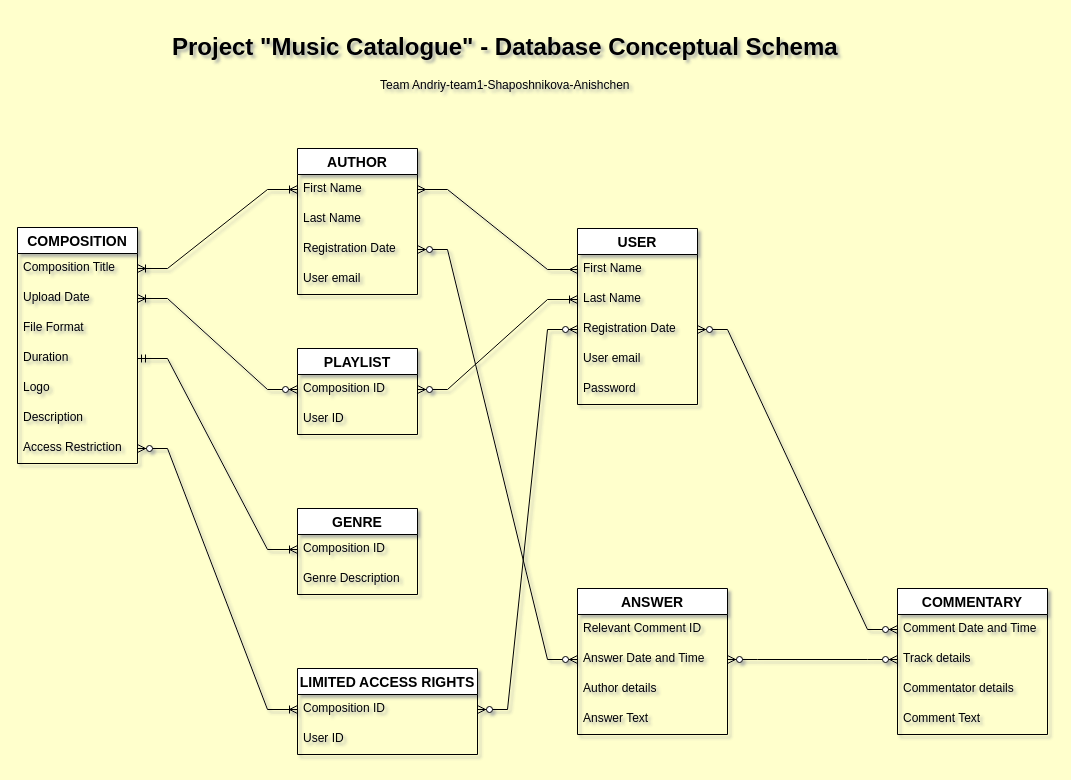
Above: page "Draft v2 (final)" (2 of 3) of 02 Conceptual Design.drawio in avu-ua/DBFund-Team1-Yulia-Slava (draw.io), before the change. Source tidied: cells renumbered, new cells numbered last; positions are measured from the earlier drawing's top-left corner, leaving out a move shared by most shapes. Both pictures are drawn from the tidied source at 100%, with x=0, y=0 at pixel (17, 27).
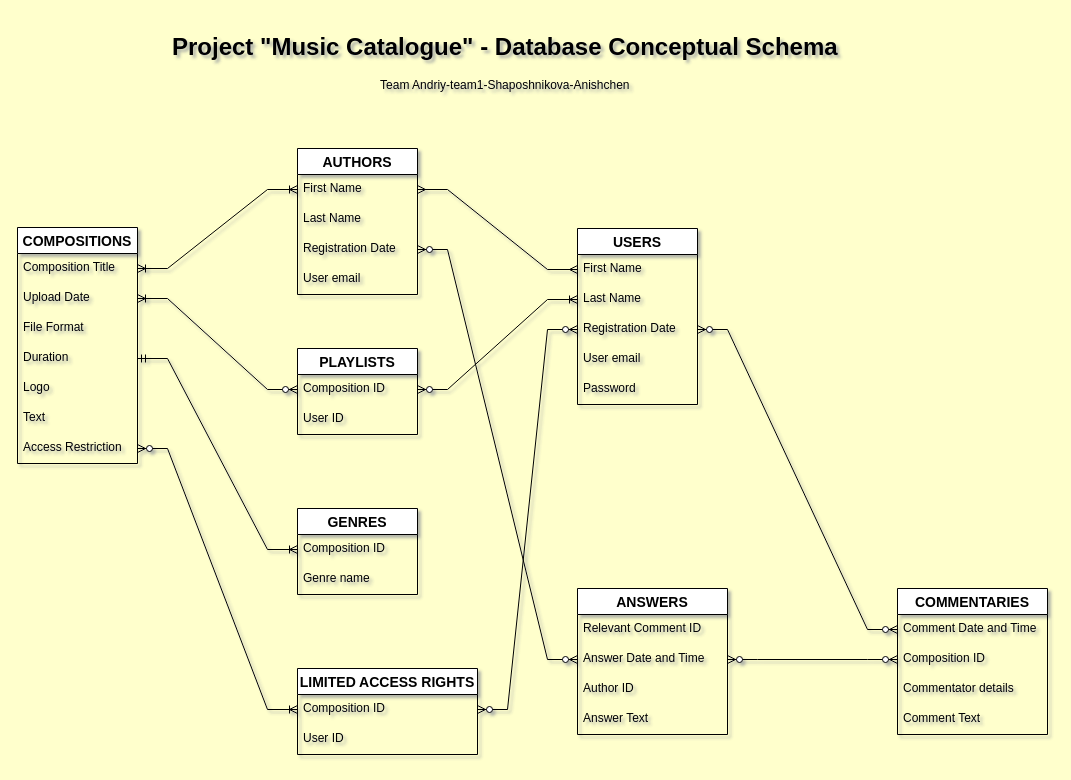
The same diagram, later.

The edit, as a diff of the source:
```diff
@@
-    <mxCell id="2" value="COMPOSITION" style="swimlane;fontStyle=1;horizontal=1;startSize=26;align=center;fontSize=14;" parent="1" vertex="1">
+    <mxCell id="2" value="COMPOSITIONS" style="swimlane;fontStyle=1;horizontal=1;startSize=26;align=center;fontSize=14;" parent="1" vertex="1">
       <mxGeometry y="200" width="120" height="236" as="geometry" />
     </mxCell>
@@
-    <mxCell id="8" value="Description" style="text;strokeColor=none;fillColor=none;spacingLeft=4;spacingRight=4;overflow=hidden;fontSize=12;whiteSpace=wrap;html=1;" parent="2" vertex="1">
+    <mxCell id="8" value="Text" style="text;strokeColor=none;fillColor=none;spacingLeft=4;spacingRight=4;overflow=hidden;fontSize=12;whiteSpace=wrap;html=1;" parent="2" vertex="1">
       <mxGeometry y="176" width="120" height="30" as="geometry" />
     </mxCell>
@@
-    <mxCell id="10" value="AUTHOR" style="swimlane;fontStyle=1;horizontal=1;startSize=26;align=center;fontSize=14;" parent="1" vertex="1">
+    <mxCell id="10" value="AUTHORS" style="swimlane;fontStyle=1;horizontal=1;startSize=26;align=center;fontSize=14;" parent="1" vertex="1">
       <mxGeometry x="280" y="121" width="120" height="146" as="geometry" />
     </mxCell>
@@
-    <mxCell id="15" value="USER" style="swimlane;fontStyle=1;horizontal=1;startSize=26;align=center;fontSize=14;" parent="1" vertex="1">
+    <mxCell id="15" value="USERS" style="swimlane;fontStyle=1;horizontal=1;startSize=26;align=center;fontSize=14;" parent="1" vertex="1">
       <mxGeometry x="560" y="201" width="120" height="176" as="geometry" />
     </mxCell>
@@
-    <mxCell id="24" value="GENRE" style="swimlane;fontStyle=1;horizontal=1;startSize=26;align=center;fontSize=14;" parent="1" vertex="1">
+    <mxCell id="24" value="GENRES" style="swimlane;fontStyle=1;horizontal=1;startSize=26;align=center;fontSize=14;" parent="1" vertex="1">
       <mxGeometry x="280" y="481" width="120" height="86" as="geometry" />
     </mxCell>
@@
-    <mxCell id="26" value="Genre Description" style="text;strokeColor=none;fillColor=none;spacingLeft=4;spacingRight=4;overflow=hidden;fontSize=12;whiteSpace=wrap;html=1;" parent="24" vertex="1">
+    <mxCell id="26" value="Genre name" style="text;strokeColor=none;fillColor=none;spacingLeft=4;spacingRight=4;overflow=hidden;fontSize=12;whiteSpace=wrap;html=1;" parent="24" vertex="1">
       <mxGeometry y="56" width="120" height="30" as="geometry" />
     </mxCell>
-    <mxCell id="27" value="PLAYLIST" style="swimlane;fontStyle=1;horizontal=1;startSize=26;align=center;fontSize=14;" parent="1" vertex="1">
+    <mxCell id="27" value="PLAYLISTS" style="swimlane;fontStyle=1;horizontal=1;startSize=26;align=center;fontSize=14;" parent="1" vertex="1">
       <mxGeometry x="280" y="321" width="120" height="86" as="geometry" />
     </mxCell>
@@
-    <mxCell id="30" value="COMMENTARY" style="swimlane;fontStyle=1;horizontal=1;startSize=26;align=center;fontSize=14;" parent="1" vertex="1">
+    <mxCell id="30" value="COMMENTARIES" style="swimlane;fontStyle=1;horizontal=1;startSize=26;align=center;fontSize=14;" parent="1" vertex="1">
       <mxGeometry x="880" y="561" width="150" height="146" as="geometry" />
     </mxCell>
@@
-    <mxCell id="32" value="Track details" style="text;strokeColor=none;fillColor=none;spacingLeft=4;spacingRight=4;overflow=hidden;points=[[0,0.5],[1,0.5]];portConstraint=eastwest;fontSize=12;whiteSpace=wrap;html=1;" parent="30" vertex="1">
+    <mxCell id="32" value="Composition ID" style="text;strokeColor=none;fillColor=none;spacingLeft=4;spacingRight=4;overflow=hidden;points=[[0,0.5],[1,0.5]];portConstraint=eastwest;fontSize=12;whiteSpace=wrap;html=1;" parent="30" vertex="1">
       <mxGeometry y="56" width="150" height="30" as="geometry" />
     </mxCell>
@@
-    <mxCell id="35" value="ANSWER" style="swimlane;fontStyle=1;horizontal=1;startSize=26;align=center;fontSize=14;" parent="1" vertex="1">
+    <mxCell id="35" value="ANSWERS" style="swimlane;fontStyle=1;horizontal=1;startSize=26;align=center;fontSize=14;" parent="1" vertex="1">
       <mxGeometry x="560" y="561" width="150" height="146" as="geometry" />
     </mxCell>
@@
-    <mxCell id="38" value="Author details" style="text;strokeColor=none;fillColor=none;spacingLeft=4;spacingRight=4;overflow=hidden;fontSize=12;whiteSpace=wrap;html=1;" parent="35" vertex="1">
+    <mxCell id="38" value="Author ID" style="text;strokeColor=none;fillColor=none;spacingLeft=4;spacingRight=4;overflow=hidden;fontSize=12;whiteSpace=wrap;html=1;" parent="35" vertex="1">
       <mxGeometry y="86" width="150" height="30" as="geometry" />
     </mxCell>
```
